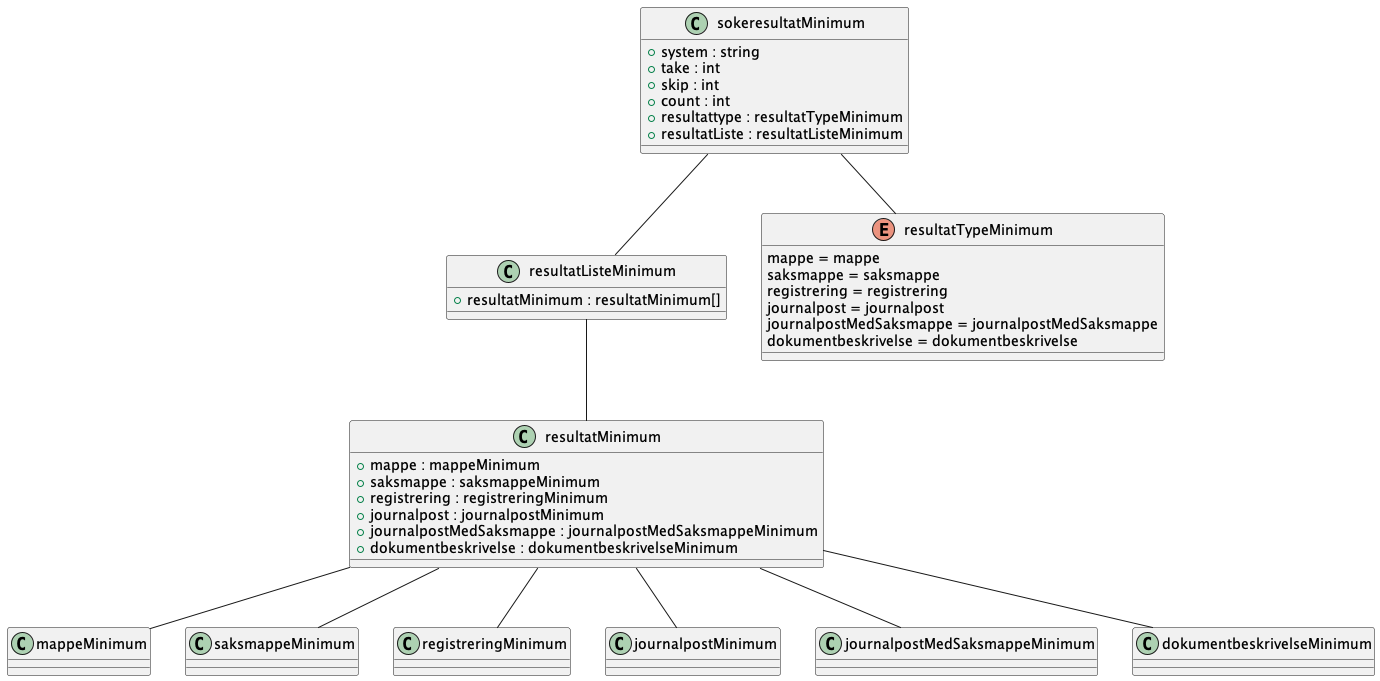
The PlantUML diagram Dokumentasjon/V1/SchemaModels/no/ks/fiks/arkiv/v1/innsyn/sok/resultat/minimum-relations.png in ks-no/fiks-arkiv-specification, before a commit. Source of this version:
```plantuml
@startuml

class resultatListeMinimum {
    +resultatMinimum : resultatMinimum[]
}
resultatListeMinimum -- resultatMinimum
class resultatMinimum {
    +mappe : mappeMinimum
    +saksmappe : saksmappeMinimum
    +registrering : registreringMinimum
    +journalpost : journalpostMinimum
    +journalpostMedSaksmappe : journalpostMedSaksmappeMinimum
    +dokumentbeskrivelse : dokumentbeskrivelseMinimum
}
resultatMinimum -- mappeMinimum
resultatMinimum -- saksmappeMinimum
resultatMinimum -- registreringMinimum
resultatMinimum -- journalpostMinimum
resultatMinimum -- journalpostMedSaksmappeMinimum
resultatMinimum -- dokumentbeskrivelseMinimum

enum resultatTypeMinimum {
    mappe = mappe
    saksmappe = saksmappe
    registrering = registrering
    journalpost = journalpost
    journalpostMedSaksmappe = journalpostMedSaksmappe
    dokumentbeskrivelse = dokumentbeskrivelse
}
class sokeresultatMinimum {
    +system : string
    +take : int
    +skip : int
    +count : int
    +resultattype : resultatTypeMinimum
    +resultatListe : resultatListeMinimum
}
sokeresultatMinimum -- resultatTypeMinimum
sokeresultatMinimum -- resultatListeMinimum

@enduml
```
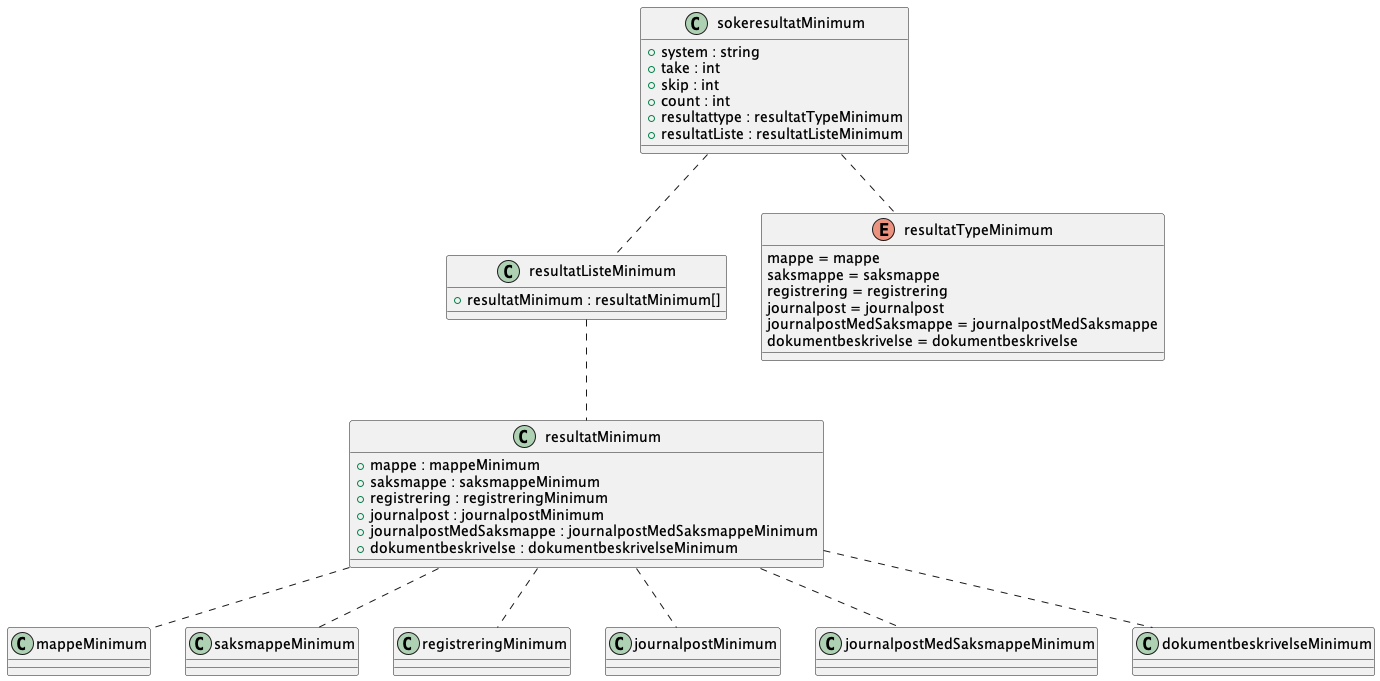
Later version of the same file.

What changed in the source:
```diff
@@ -1,41 +1,16 @@
 @startuml
+!include minimum.pu
 
-class resultatListeMinimum {
-    +resultatMinimum : resultatMinimum[]
-}
-resultatListeMinimum -- resultatMinimum
-class resultatMinimum {
-    +mappe : mappeMinimum
-    +saksmappe : saksmappeMinimum
-    +registrering : registreringMinimum
-    +journalpost : journalpostMinimum
-    +journalpostMedSaksmappe : journalpostMedSaksmappeMinimum
-    +dokumentbeskrivelse : dokumentbeskrivelseMinimum
-}
-resultatMinimum -- mappeMinimum
-resultatMinimum -- saksmappeMinimum
-resultatMinimum -- registreringMinimum
-resultatMinimum -- journalpostMinimum
-resultatMinimum -- journalpostMedSaksmappeMinimum
-resultatMinimum -- dokumentbeskrivelseMinimum
+resultatListeMinimum .. resultatMinimum
 
-enum resultatTypeMinimum {
-    mappe = mappe
-    saksmappe = saksmappe
-    registrering = registrering
-    journalpost = journalpost
-    journalpostMedSaksmappe = journalpostMedSaksmappe
-    dokumentbeskrivelse = dokumentbeskrivelse
-}
-class sokeresultatMinimum {
-    +system : string
-    +take : int
-    +skip : int
-    +count : int
-    +resultattype : resultatTypeMinimum
-    +resultatListe : resultatListeMinimum
-}
-sokeresultatMinimum -- resultatTypeMinimum
-sokeresultatMinimum -- resultatListeMinimum
+resultatMinimum .. mappeMinimum
+resultatMinimum .. saksmappeMinimum
+resultatMinimum .. registreringMinimum
+resultatMinimum .. journalpostMinimum
+resultatMinimum .. journalpostMedSaksmappeMinimum
+resultatMinimum .. dokumentbeskrivelseMinimum
+
+sokeresultatMinimum .. resultatTypeMinimum
+sokeresultatMinimum .. resultatListeMinimum
 
 @enduml
```
